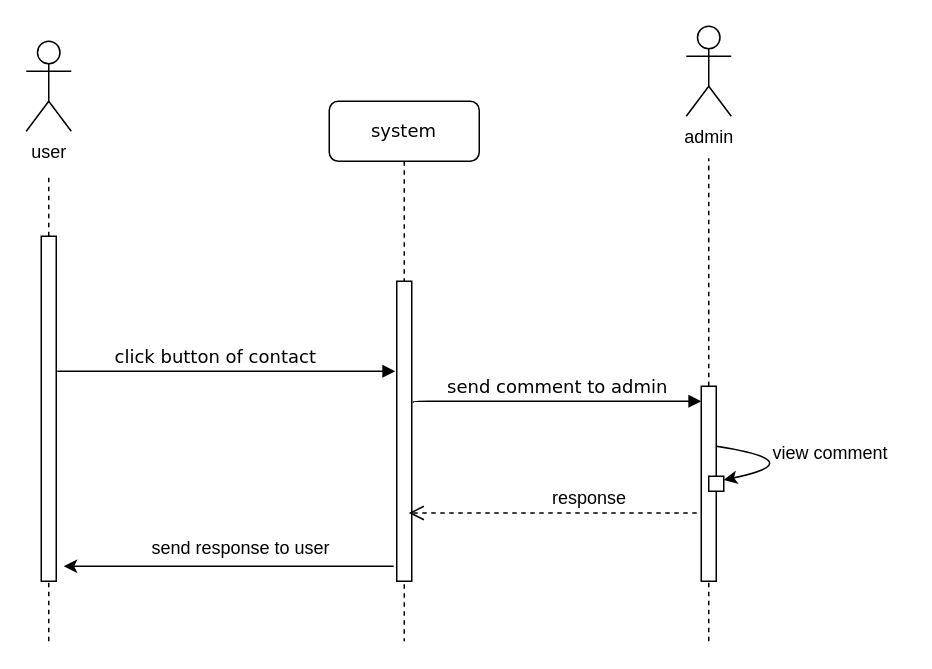
Earlier version of the draw.io diagram sequence/contact to admin.drawio (aenad/iut_foods). Source tidied: cells renumbered, new cells numbered last; positions are measured from the earlier drawing's top-left corner, leaving out a move shared by most shapes. Both pictures are drawn from the tidied source at 150%, with x=0, y=0 at pixel (26, 26).
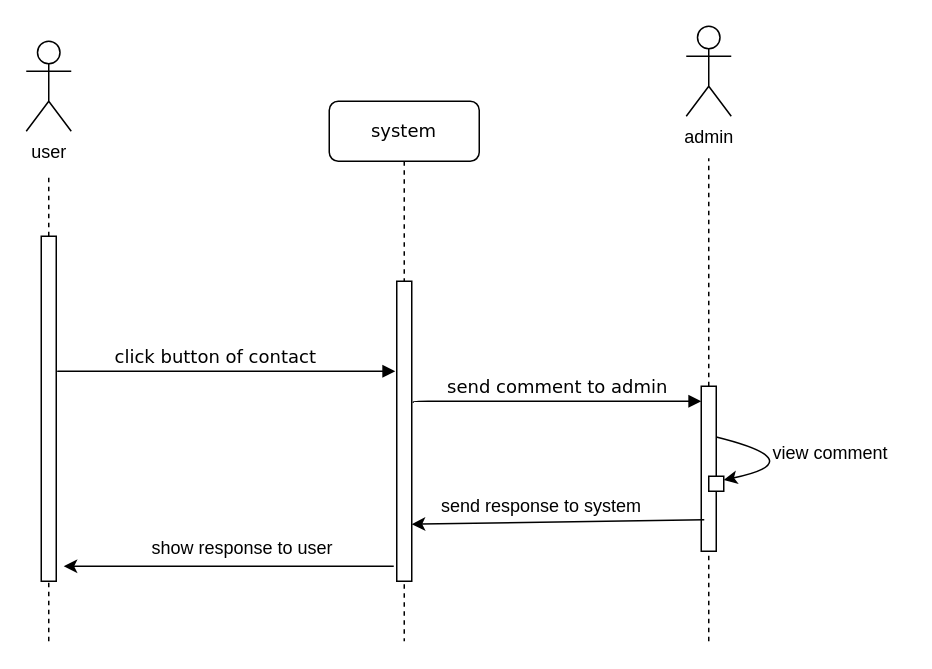
The same page after the edit.

Unchanged cells that the change refers to:
```xml
<mxCell id="3" style="html=1;points=[];perimeter=orthogonalPerimeter;rounded=0;shadow=0;comic=0;labelBackgroundColor=none;strokeColor=#000000;strokeWidth=1;fillColor=#FFFFFF;fontFamily=Verdana;fontSize=12;fontColor=#000000;align=center;" parent="2" vertex="1">
  <mxGeometry x="45" y="120" width="10" height="200" as="geometry" />
</mxCell>
```

Change to the diagram source:
```diff
@@
-    <mxCell id="11" value="response" style="text;html=1;align=left;verticalAlign=top;spacingTop=-4;" parent="1" vertex="1">
-      <mxGeometry x="349" y="305" width="60" height="20" as="geometry" />
+    <mxCell id="11" value="send response to system" style="text;html=1;align=left;verticalAlign=top;spacingTop=-4;" parent="1" vertex="1">
+      <mxGeometry x="275" y="310" width="150" height="20" as="geometry" />
     </mxCell>
-    <mxCell id="12" value="send response to user" style="text;html=1;align=left;verticalAlign=top;spacingTop=-4;" parent="1" vertex="1">
+    <mxCell id="12" value="show response to user" style="text;html=1;align=left;verticalAlign=top;spacingTop=-4;" parent="1" vertex="1">
       <mxGeometry x="82" y="338" width="130" height="20" as="geometry" />
     </mxCell>
@@
-    <mxCell id="14" style="html=1;verticalAlign=bottom;endArrow=open;dashed=1;endSize=8;labelBackgroundColor=none;fontFamily=Verdana;fontSize=12;edgeStyle=elbowEdgeStyle;elbow=vertical;entryX=0.8;entryY=0.773;entryDx=0;entryDy=0;entryPerimeter=0;" parent="1" edge="1" target="3">
-      <mxGeometry relative="1" as="geometry">
-        <mxPoint x="447" y="324.5" as="sourcePoint" />
-        <Array as="points">
-          <mxPoint x="392" y="324.5" />
-          <mxPoint x="422" y="324.5" />
-        </Array>
-      </mxGeometry>
-    </mxCell>
     <mxCell id="15" style="html=1;points=[];perimeter=orthogonalPerimeter;rounded=0;shadow=0;comic=0;labelBackgroundColor=none;strokeColor=#000000;strokeWidth=1;fillColor=#FFFFFF;fontFamily=Verdana;fontSize=12;fontColor=#000000;align=center;" parent="1" vertex="1">
-      <mxGeometry x="450" y="240" width="10" height="130" as="geometry" />
+      <mxGeometry x="450" y="240" width="10" height="110" as="geometry" />
     </mxCell>
@@
+    <mxCell id="21" style="endArrow=classic;html=1;entryX=1;entryY=0.81;entryDx=0;entryDy=0;entryPerimeter=0;exitX=0.2;exitY=0.809;exitDx=0;exitDy=0;exitPerimeter=0;" parent="1" edge="1" source="15" target="3">
+      <mxGeometry relative="1" as="geometry" />
+    </mxCell>
```
